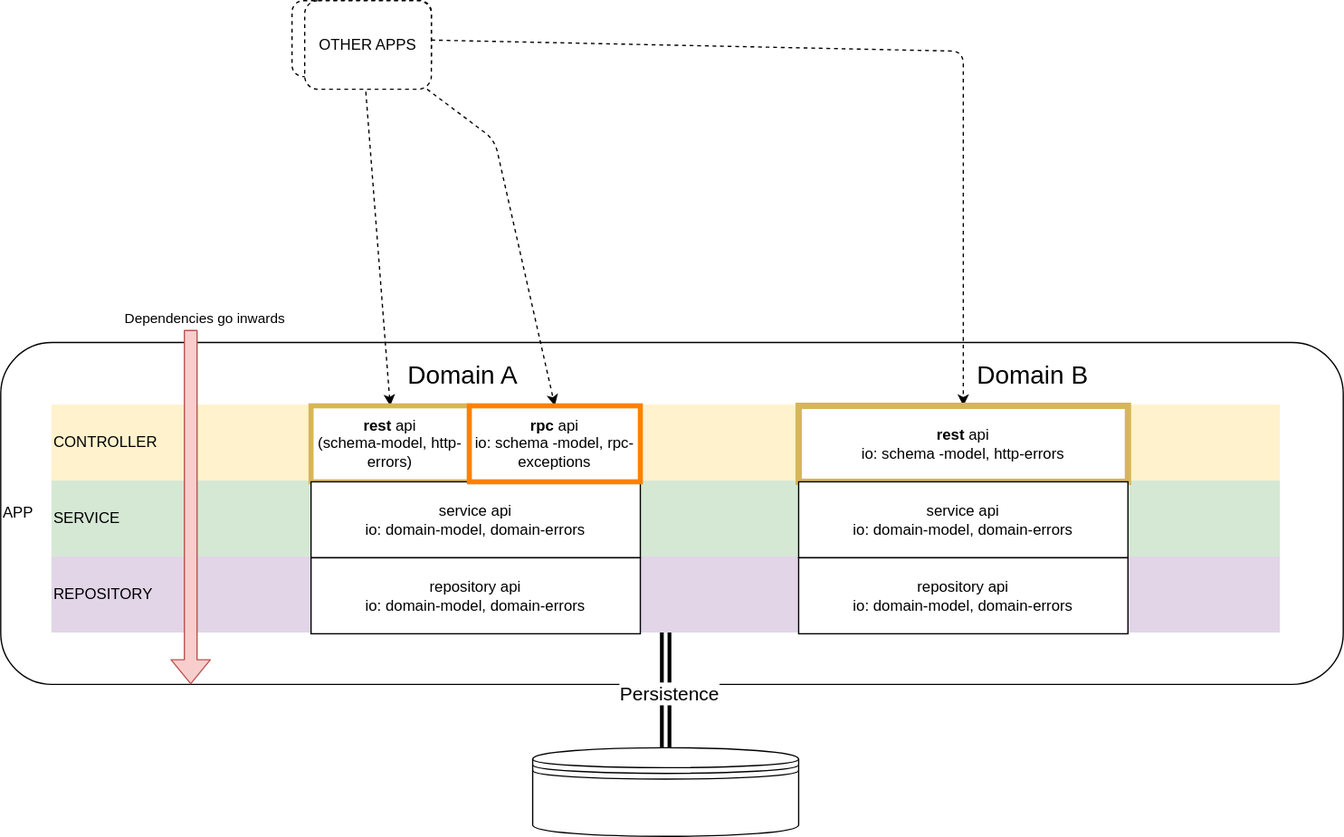
Earlier version of the draw.io export docs/controller-service-repository.drawio.svg (ITISFoundation/osparc-simcore). Source tidied: cells renumbered, new cells last; positions are measured from the earlier drawing's top-left corner, leaving out a move shared by most shapes.
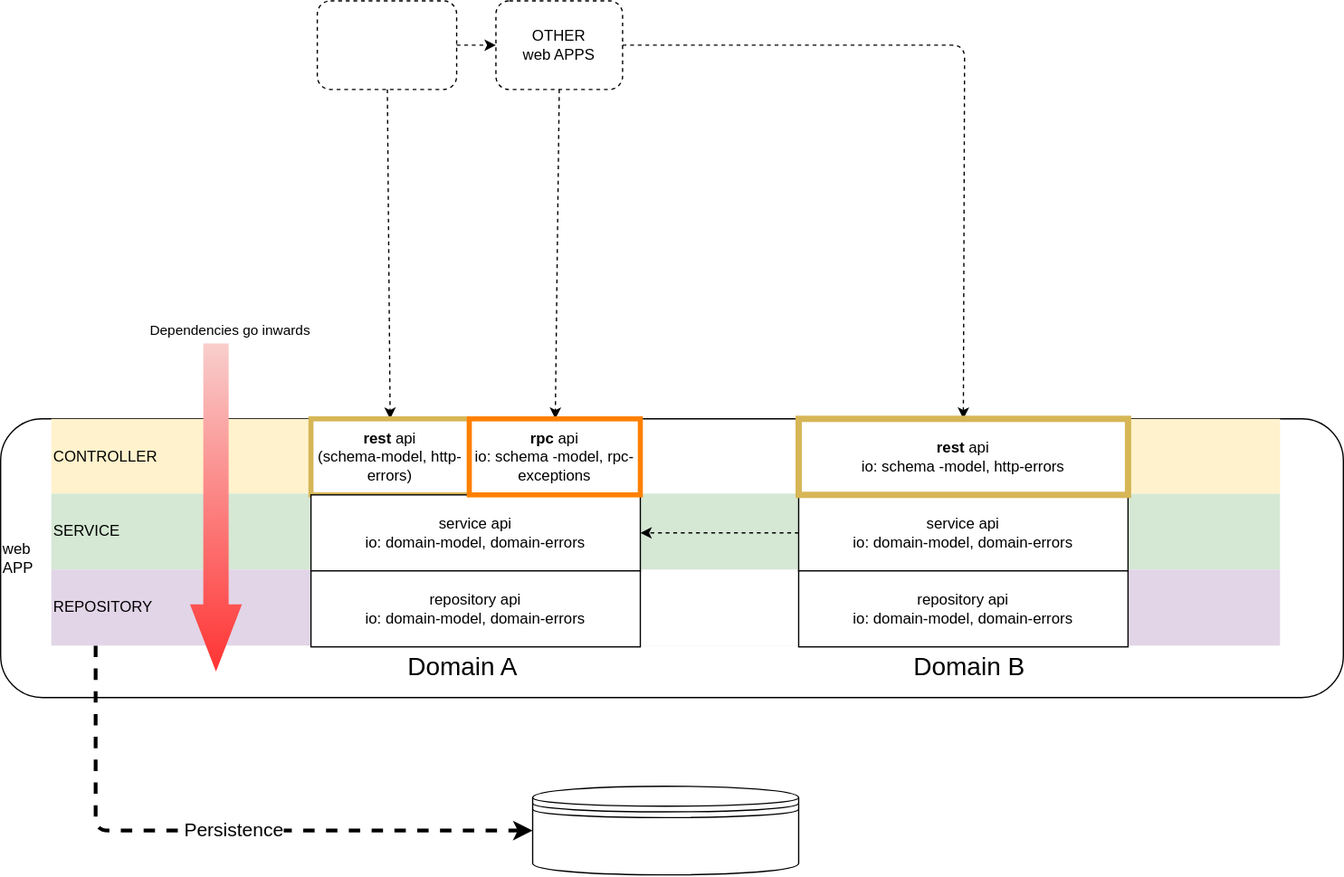
Above is the later version.

Diff of the diagram source:
```diff
@@ -1,32 +1,37 @@
-<mxGraphModel>
+<mxGraphModel background="#ffffff">
   <root>
     <mxCell id="0" />
     <mxCell id="1" parent="0" />
-    <mxCell id="2" value="APP" style="rounded=1;whiteSpace=wrap;html=1;align=left;" parent="1" vertex="1">
-      <mxGeometry y="270" width="1060" height="270" as="geometry" />
+    <mxCell id="2" value="web&lt;br&gt;APP" style="rounded=1;whiteSpace=wrap;html=1;align=left;" parent="1" vertex="1">
+      <mxGeometry y="320" width="1060" height="220" as="geometry" />
     </mxCell>
-    <mxCell id="3" value="CONTROLLER" style="rounded=0;whiteSpace=wrap;html=1;fillColor=#fff2cc;strokeColor=none;align=left;" parent="1" vertex="1">
-      <mxGeometry x="40" y="319" width="970" height="60" as="geometry" />
+    <mxCell id="3" value="&amp;nbsp; &amp;nbsp;CONTROLLER" style="rounded=0;whiteSpace=wrap;html=1;fillColor=#fff2cc;strokeColor=none;align=left;" parent="1" vertex="1">
+      <mxGeometry x="40" y="320" width="460" height="59" as="geometry" />
     </mxCell>
-    <mxCell id="4" value="SERVICE" style="rounded=0;whiteSpace=wrap;html=1;fillColor=#d5e8d4;strokeColor=none;align=left;" parent="1" vertex="1">
+    <mxCell id="4" value="&amp;nbsp; &amp;nbsp;SERVICE" style="rounded=0;whiteSpace=wrap;html=1;fillColor=#d5e8d4;strokeColor=none;align=left;" parent="1" vertex="1">
       <mxGeometry x="40" y="379" width="970" height="60" as="geometry" />
     </mxCell>
-    <mxCell id="5" style="edgeStyle=none;html=1;strokeWidth=3;shape=link;" parent="1" edge="1" source="7" target="8">
-      <mxGeometry relative="1" as="geometry" />
+    <mxCell id="5" style="edgeStyle=none;html=1;strokeWidth=3;dashed=1;" parent="1" edge="1" target="8">
+      <mxGeometry relative="1" as="geometry">
+        <mxPoint x="75" y="499" as="sourcePoint" />
+        <Array as="points">
+          <mxPoint x="75" y="645" />
+        </Array>
+      </mxGeometry>
     </mxCell>
     <mxCell id="6" value="Persistence" style="edgeLabel;html=1;align=center;verticalAlign=middle;fontSize=15;" parent="5" vertex="1">
       <mxGeometry x="0.03" y="2" relative="1" as="geometry" />
     </mxCell>
-    <mxCell id="7" value="REPOSITORY" style="rounded=0;whiteSpace=wrap;html=1;fillColor=#e1d5e7;strokeColor=none;align=left;" parent="1" vertex="1">
+    <mxCell id="7" value="&amp;nbsp; REPOSITORY" style="rounded=0;whiteSpace=wrap;html=1;fillColor=#e1d5e7;strokeColor=none;align=left;" parent="1" vertex="1">
       <mxGeometry x="40" y="439" width="970" height="60" as="geometry" />
     </mxCell>
     <mxCell id="8" style="shape=datastore;whiteSpace=wrap;html=1;" parent="1" vertex="1">
-      <mxGeometry x="420" y="590" width="210" height="70" as="geometry" />
+      <mxGeometry x="420" y="610" width="210" height="70" as="geometry" />
     </mxCell>
-    <mxCell id="9" style="shape=flexArrow;endArrow=classic;html=1;fillColor=#f8cecc;strokeColor=#b85450;" parent="1" edge="1">
+    <mxCell id="9" style="shape=flexArrow;endArrow=classic;html=1;fillColor=#f8cecc;strokeColor=none;width=20;endSize=17.33;gradientColor=#FF3333;" parent="1" edge="1">
       <mxGeometry relative="1" as="geometry">
-        <mxPoint x="150" y="260" as="sourcePoint" />
-        <mxPoint x="150" y="540" as="targetPoint" />
+        <mxPoint x="170" y="260" as="sourcePoint" />
+        <mxPoint x="170" y="520" as="targetPoint" />
       </mxGeometry>
     </mxCell>
     <mxCell id="10" value="Dependencies go inwards" style="edgeLabel;html=1;align=center;verticalAlign=middle;" parent="9" vertex="1">
@@ -37,29 +42,37 @@
     <mxCell id="11" style="edgeStyle=none;html=1;entryX=0.5;entryY=0;entryDx=0;entryDy=0;dashed=1;" parent="1" edge="1" source="13" target="18">
       <mxGeometry relative="1" as="geometry" />
     </mxCell>
-    <mxCell id="12" style="edgeStyle=none;html=1;entryX=0.5;entryY=0;entryDx=0;entryDy=0;dashed=1;" parent="1" edge="1" source="13" target="22">
-      <mxGeometry relative="1" as="geometry">
-        <Array as="points">
-          <mxPoint x="760" y="40" />
-        </Array>
-      </mxGeometry>
-    </mxCell>
-    <mxCell id="13" value="OTHER APPS" style="rounded=1;whiteSpace=wrap;html=1;align=center;dashed=1;" parent="1" vertex="1">
-      <mxGeometry x="230" width="110" height="60" as="geometry" />
+    <mxCell id="13" style="rounded=1;whiteSpace=wrap;html=1;align=center;dashed=1;" parent="1" vertex="1">
+      <mxGeometry x="250" y="-10" width="110" height="70" as="geometry" />
     </mxCell>
+    <mxCell id="26" value="CONTROLLER" style="rounded=0;whiteSpace=wrap;html=1;fillColor=#fff2cc;strokeColor=none;align=left;" parent="1" vertex="1">
+      <mxGeometry x="630" y="320" width="380" height="59" as="geometry" />
+    </mxCell>
+    <mxCell id="27" style="rounded=0;whiteSpace=wrap;html=1;strokeColor=none;" parent="1" vertex="1">
+      <mxGeometry x="500" y="439" width="130" height="60" as="geometry" />
+    </mxCell>
+    <mxCell id="28" style="edgeStyle=none;html=1;entryX=0;entryY=0.5;entryDx=0;entryDy=0;dashed=1;" parent="1" edge="1" source="13" target="15">
+      <mxGeometry relative="1" as="geometry" />
+    </mxCell>
-    <mxCell id="14" style="edgeStyle=none;html=1;entryX=0.5;entryY=0;entryDx=0;entryDy=0;dashed=1;" parent="1" edge="1" source="15" target="25">
-      <mxGeometry relative="1" as="geometry">
-        <Array as="points">
-          <mxPoint x="390" y="110" />
-        </Array>
-      </mxGeometry>
+    <mxCell id="14" style="edgeStyle=none;html=1;exitX=0.5;exitY=1;exitDx=0;exitDy=0;dashed=1;" parent="1" edge="1" source="15" target="25">
+      <mxGeometry relative="1" as="geometry" />
     </mxCell>
-    <mxCell id="15" value="OTHER APPS" style="rounded=1;whiteSpace=wrap;html=1;align=center;dashed=1;" parent="1" vertex="1">
-      <mxGeometry x="240" width="100" height="70" as="geometry" />
+    <mxCell id="15" value="OTHER &lt;br&gt;web APPS" style="rounded=1;whiteSpace=wrap;html=1;align=center;dashed=1;" parent="1" vertex="1">
+      <mxGeometry x="391" y="-10" width="100" height="70" as="geometry" />
     </mxCell>
+    <mxCell id="12" style="edgeStyle=none;html=1;entryX=0.5;entryY=0;entryDx=0;entryDy=0;dashed=1;" parent="1" edge="1" source="15" target="22">
+      <mxGeometry relative="1" as="geometry">
+        <Array as="points">
+          <mxPoint x="761" y="25" />
+        </Array>
+      </mxGeometry>
+    </mxCell>
+    <mxCell id="29" style="edgeStyle=none;html=1;exitX=0;exitY=0.5;exitDx=0;exitDy=0;dashed=1;" parent="1" edge="1" source="23" target="19">
+      <mxGeometry relative="1" as="geometry" />
+    </mxCell>
     <mxCell id="16" value="domains" parent="0" />
     <mxCell id="17" value="Domain A" style="text;html=1;align=center;verticalAlign=middle;whiteSpace=wrap;rounded=0;fontSize=20;" parent="16" vertex="1">
-      <mxGeometry x="300" y="280" width="130" height="30" as="geometry" />
+      <mxGeometry x="300" y="500" width="130" height="30" as="geometry" />
     </mxCell>
     <mxCell id="18" value="&lt;b&gt;rest&lt;/b&gt; api&lt;div&gt;(schema-model, http-errors)&lt;/div&gt;" style="rounded=0;whiteSpace=wrap;html=1;fillColor=#FFFFFF;strokeColor=#d6b656;strokeWidth=4;" parent="16" vertex="1">
       <mxGeometry x="245" y="320" width="125" height="60" as="geometry" />
@@ -71,11 +84,11 @@
       <mxGeometry x="245" y="440" width="260" height="60" as="geometry" />
     </mxCell>
     <mxCell id="21" value="Domain B" style="text;html=1;align=center;verticalAlign=middle;whiteSpace=wrap;rounded=0;fontSize=20;" parent="16" vertex="1">
-      <mxGeometry x="750" y="280" width="130" height="30" as="geometry" />
+      <mxGeometry x="700" y="500" width="130" height="30" as="geometry" />
     </mxCell>
-    <mxCell id="22" value="&lt;b&gt;rest&lt;/b&gt; api&lt;div&gt;&lt;span style=&quot;color: rgb(0, 0, 0);&quot;&gt;io: schema&lt;/span&gt;&lt;span style=&quot;color: rgb(0, 0, 0);&quot;&gt;-model, http-errors&lt;/span&gt;&lt;/div&gt;" style="rounded=0;whiteSpace=wrap;html=1;fillColor=#FFFFFF;strokeColor=#d6b656;strokeWidth=5;" parent="16" vertex="1">
-      <mxGeometry x="630" y="320" width="260" height="60" as="geometry" />
-    </mxCell>
+    <mxCell id="30" style="edgeStyle=none;html=1;" parent="16" edge="1" source="23" target="27">
+      <mxGeometry relative="1" as="geometry" />
+    </mxCell>
     <mxCell id="23" value="&lt;span style=&quot;color: rgb(0, 0, 0);&quot;&gt;service api&lt;br&gt;&lt;span style=&quot;color: rgb(0, 0, 0);&quot;&gt;io:&amp;nbsp;&lt;/span&gt;&lt;span style=&quot;color: rgb(0, 0, 0);&quot;&gt;domain-model, domain-errors&lt;/span&gt;&lt;/span&gt;" style="rounded=0;whiteSpace=wrap;html=1;" parent="16" vertex="1">
       <mxGeometry x="630" y="380" width="260" height="60" as="geometry" />
     </mxCell>
@@ -85,5 +98,8 @@
     <mxCell id="25" value="&lt;b&gt;rpc&lt;/b&gt; api&lt;div&gt;&lt;span style=&quot;color: rgb(0, 0, 0);&quot;&gt;io: schema&lt;/span&gt;&lt;span style=&quot;color: rgb(0, 0, 0);&quot;&gt;-model, rpc-exceptions&lt;/span&gt;&lt;/div&gt;" style="rounded=0;whiteSpace=wrap;html=1;fillColor=#FFFFFF;strokeColor=#FF8000;strokeWidth=4;" parent="16" vertex="1">
       <mxGeometry x="370" y="320" width="135" height="60" as="geometry" />
     </mxCell>
+    <mxCell id="22" value="&lt;b&gt;rest&lt;/b&gt; api&lt;div&gt;&lt;span style=&quot;color: rgb(0, 0, 0);&quot;&gt;io: schema&lt;/span&gt;&lt;span style=&quot;color: rgb(0, 0, 0);&quot;&gt;-model, http-errors&lt;/span&gt;&lt;/div&gt;" style="rounded=0;whiteSpace=wrap;html=1;fillColor=#FFFFFF;strokeColor=#d6b656;strokeWidth=5;" parent="16" vertex="1">
+      <mxGeometry x="630" y="320" width="260" height="60" as="geometry" />
+    </mxCell>
   </root>
 </mxGraphModel>
```
